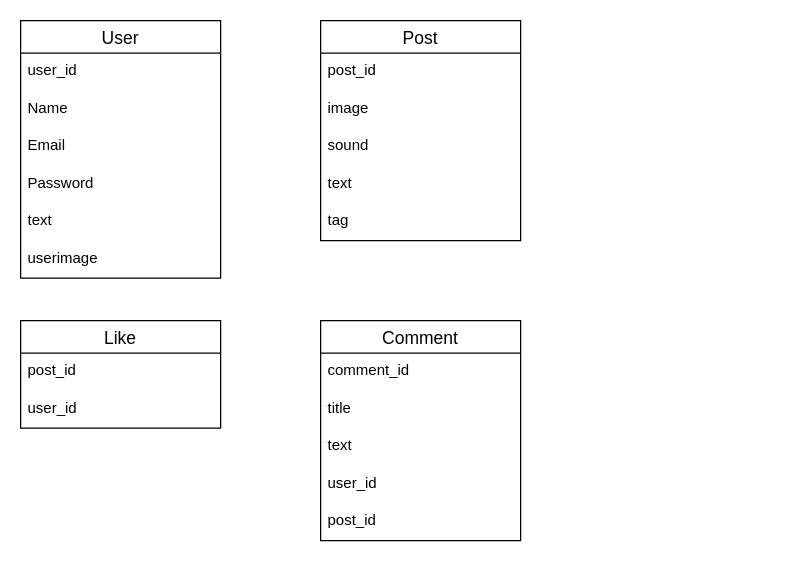
This is page "ページ2" (2 of 2) of portfolio.drawio from ueki397/test, a draw.io file, before an edit. Source tidied: cells renumbered, new cells numbered last; positions are measured from the earlier drawing's top-left corner, leaving out a move shared by most shapes. Both pictures are drawn from the tidied source at 125%, with x=0, y=0 at pixel (20, 20).
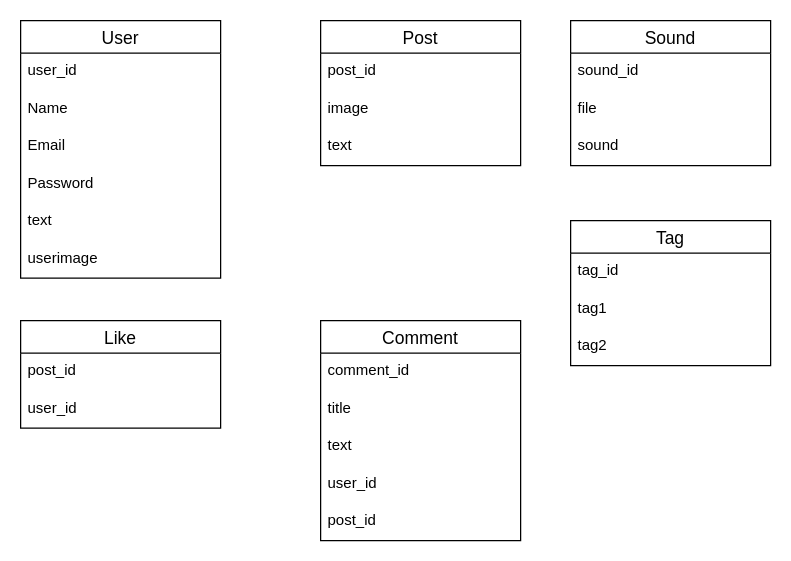
The same page after the edit.

Commit message:
portfolio.drawio を更新します

Change to the diagram source:
```diff
@@
     <mxCell id="9" value="Post" style="swimlane;fontStyle=0;horizontal=1;startSize=26;align=center;fontSize=14;" parent="1" vertex="1">
-      <mxGeometry x="240" width="160" height="176" as="geometry" />
+      <mxGeometry x="240" width="160" height="116" as="geometry" />
     </mxCell>
@@
-    <mxCell id="12" value="sound" style="text;strokeColor=none;fillColor=none;spacingLeft=4;spacingRight=4;overflow=hidden;fontSize=12;" parent="9" vertex="1">
-      <mxGeometry y="86" width="160" height="30" as="geometry" />
-    </mxCell>
     <mxCell id="13" value="text" style="text;strokeColor=none;fillColor=none;spacingLeft=4;spacingRight=4;overflow=hidden;fontSize=12;" parent="9" vertex="1">
-      <mxGeometry y="116" width="160" height="30" as="geometry" />
+      <mxGeometry y="86" width="160" height="30" as="geometry" />
     </mxCell>
-    <mxCell id="14" value="tag" style="text;strokeColor=none;fillColor=none;spacingLeft=4;spacingRight=4;overflow=hidden;fontSize=12;" parent="9" vertex="1">
-      <mxGeometry y="146" width="160" height="30" as="geometry" />
-    </mxCell>
@@
+    <mxCell id="24" value="Sound" style="swimlane;fontStyle=0;horizontal=1;startSize=26;align=center;fontSize=14;" parent="1" vertex="1">
+      <mxGeometry x="440" width="160" height="116" as="geometry" />
+    </mxCell>
+    <mxCell id="25" value="sound_id" style="text;strokeColor=none;fillColor=none;spacingLeft=4;spacingRight=4;overflow=hidden;fontSize=12;" parent="24" vertex="1">
+      <mxGeometry y="26" width="160" height="30" as="geometry" />
+    </mxCell>
+    <mxCell id="26" value="file" style="text;strokeColor=none;fillColor=none;spacingLeft=4;spacingRight=4;overflow=hidden;fontSize=12;" parent="24" vertex="1">
+      <mxGeometry y="56" width="160" height="30" as="geometry" />
+    </mxCell>
+    <mxCell id="12" value="sound" style="text;strokeColor=none;fillColor=none;spacingLeft=4;spacingRight=4;overflow=hidden;fontSize=12;" parent="24" vertex="1">
+      <mxGeometry y="86" width="160" height="30" as="geometry" />
+    </mxCell>
+    <mxCell id="27" value="Tag" style="swimlane;fontStyle=0;horizontal=1;startSize=26;align=center;fontSize=14;" parent="1" vertex="1">
+      <mxGeometry x="440" y="160" width="160" height="116" as="geometry" />
+    </mxCell>
+    <mxCell id="28" value="tag_id" style="text;strokeColor=none;fillColor=none;spacingLeft=4;spacingRight=4;overflow=hidden;fontSize=12;" parent="27" vertex="1">
+      <mxGeometry y="26" width="160" height="30" as="geometry" />
+    </mxCell>
+    <mxCell id="29" value="tag1" style="text;strokeColor=none;fillColor=none;spacingLeft=4;spacingRight=4;overflow=hidden;fontSize=12;" parent="27" vertex="1">
+      <mxGeometry y="56" width="160" height="30" as="geometry" />
+    </mxCell>
+    <mxCell id="30" value="tag2" style="text;strokeColor=none;fillColor=none;spacingLeft=4;spacingRight=4;overflow=hidden;fontSize=12;" parent="27" vertex="1">
+      <mxGeometry y="86" width="160" height="30" as="geometry" />
+    </mxCell>
```
